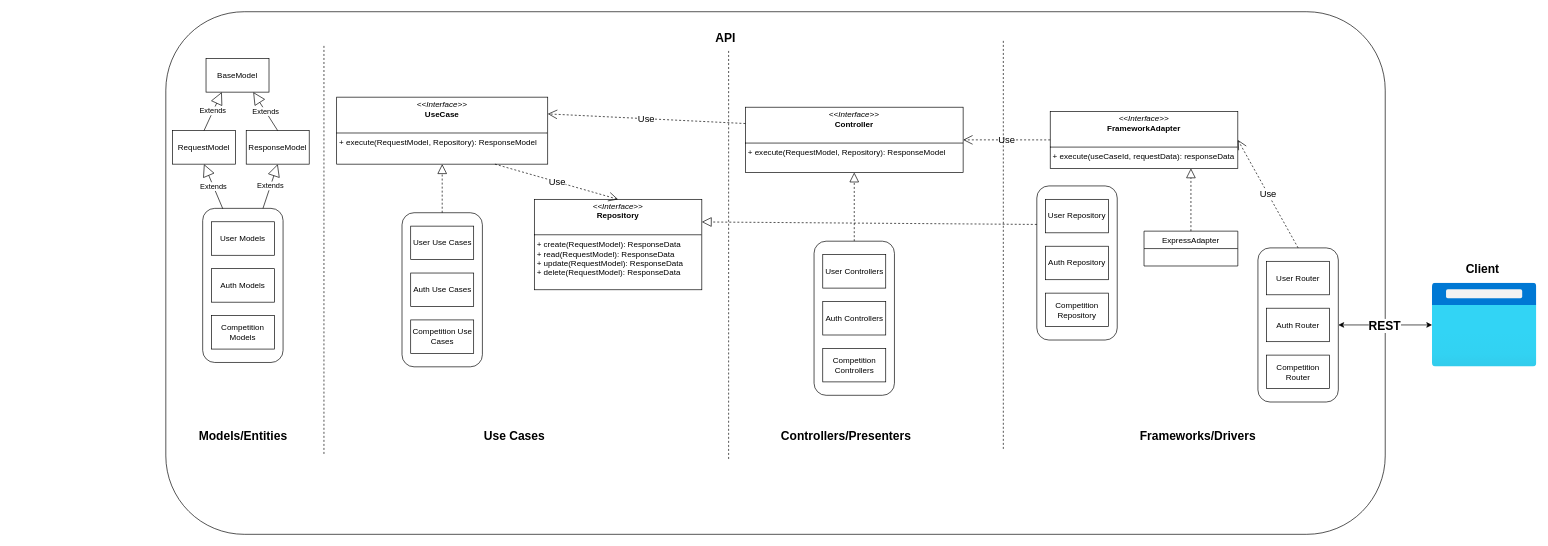
The draw.io diagram page "sw-architecture" (2 of 5) of documentation/design/top-dog-show-data-model.drawio in israel-lm/top-dog-show, before the edit. Source tidied: cells renumbered, new cells numbered last; positions are measured from the earlier drawing's top-left corner, leaving out a move shared by most shapes. Both pictures are drawn from the tidied source at 67%, with x=0, y=0 at pixel (11, 11).
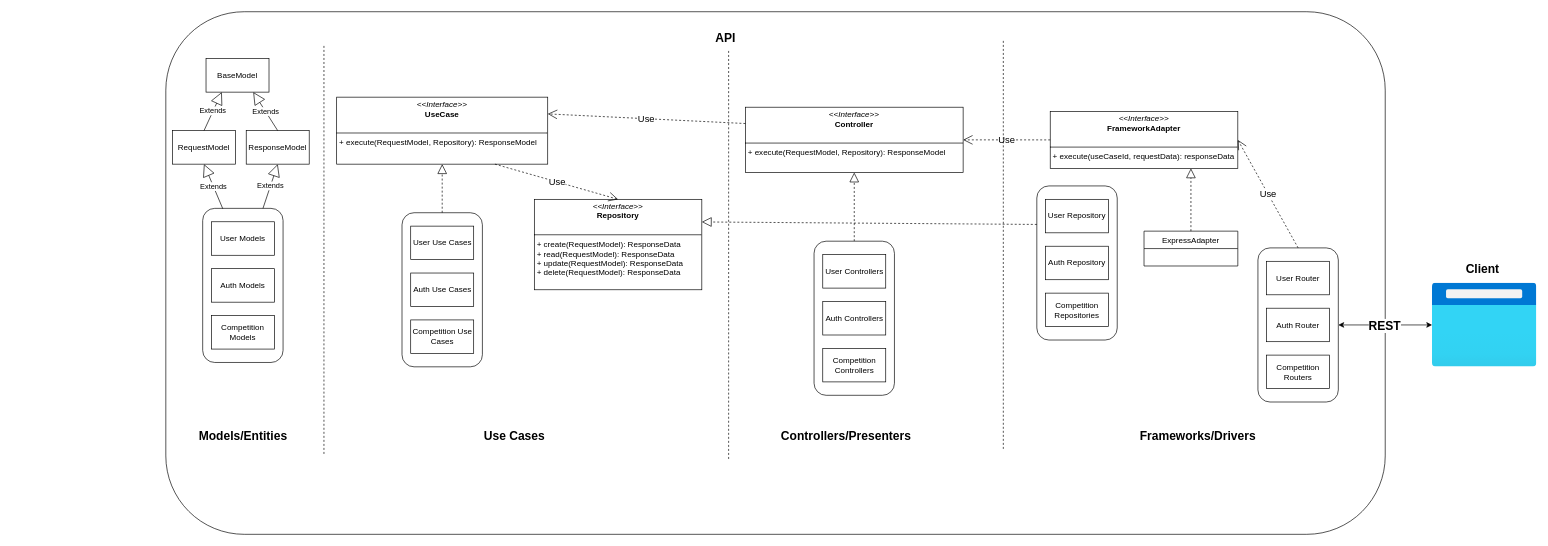
After the change.

The change refers to these unchanged cells:
```xml
<mxCell id="29" style="rounded=1;whiteSpace=wrap;html=1;" parent="2" vertex="1">
  <mxGeometry x="1300" y="260" width="120" height="230" as="geometry" />
</mxCell>
<mxCell id="34" style="rounded=1;whiteSpace=wrap;html=1;" parent="2" vertex="1">
  <mxGeometry x="1630" y="352.5" width="120" height="230" as="geometry" />
</mxCell>
```

The edit, as a diff of the source:
```diff
@@
-    <mxCell id="32" value="Competition Repository" style="rounded=0;whiteSpace=wrap;html=1;" parent="29" vertex="1">
+    <mxCell id="32" value="Competition Repositories" style="rounded=0;whiteSpace=wrap;html=1;" parent="29" vertex="1">
       <mxGeometry x="13" y="160" width="94" height="50" as="geometry" />
     </mxCell>
@@
-    <mxCell id="37" value="Competition Router" style="rounded=0;whiteSpace=wrap;html=1;" parent="34" vertex="1">
+    <mxCell id="37" value="Competition Routers" style="rounded=0;whiteSpace=wrap;html=1;" parent="34" vertex="1">
       <mxGeometry x="13" y="160" width="94" height="50" as="geometry" />
     </mxCell>
```
